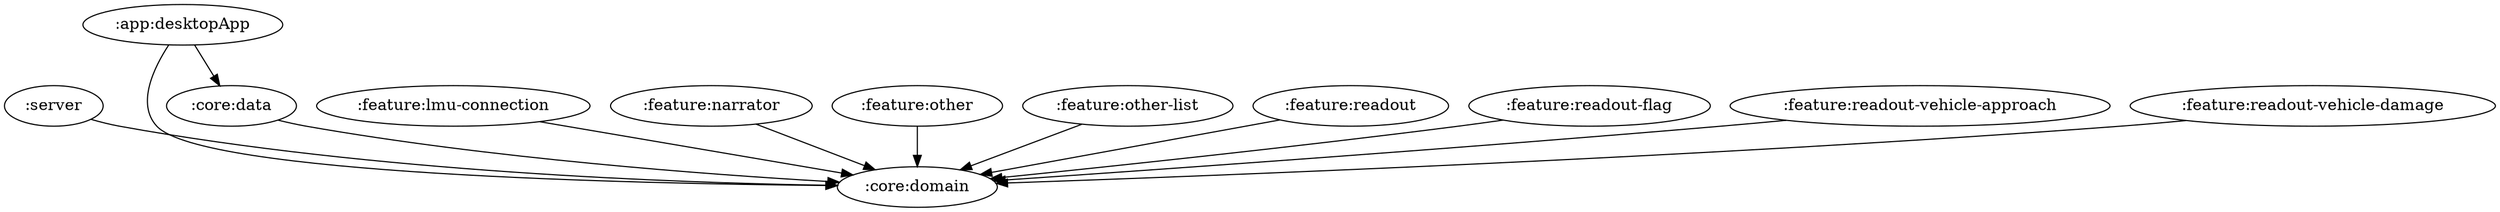
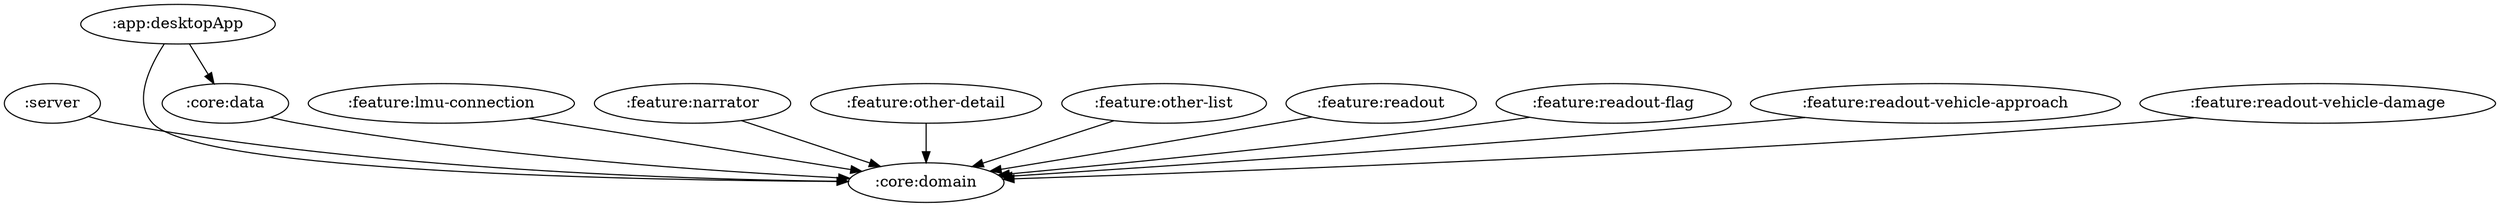
digraph G {
  ":server" -> ":core:domain"
  ":app:desktopApp" -> ":core:data"
  ":app:desktopApp" -> ":core:domain"
  ":core:data" -> ":core:domain"
  ":feature:lmu-connection" -> ":core:domain"
  ":feature:narrator" -> ":core:domain"
-   ":feature:other" -> ":core:domain"
+   ":feature:other-detail" -> ":core:domain"
  ":feature:other-list" -> ":core:domain"
  ":feature:readout" -> ":core:domain"
  ":feature:readout-flag" -> ":core:domain"
  ":feature:readout-vehicle-approach" -> ":core:domain"
  ":feature:readout-vehicle-damage" -> ":core:domain"
}